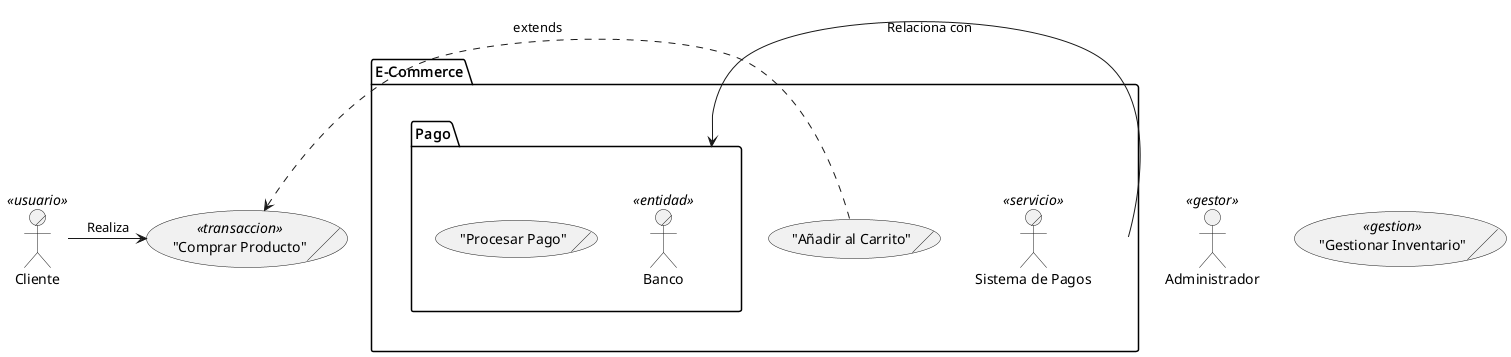
Above: output/Diagram.png in saballeth/SISTEMA_DE_CREACION_DE_MODELOS_UML (PlantUML), before the change. Source of this version:
```plantuml
@startuml Diagram
actor/ "Cliente" as actorCliente <<usuario>>
actor "Administrador" as actorAdmin <<gestor>>
usecase/ ("Comprar Producto") as useCaseCompra  <<transaccion>>
usecase/ ("Gestionar Inventario") as useCaseInventario  <<gestion>>
package "E-Commerce" as packageEcom {
usecase/ ("Añadir al Carrito") as useCaseCarrito
actor/ "Sistema de Pagos" as actorPago <<servicio>>
package "Pago" as packagePago {
usecase/ ("Procesar Pago") as useCaseProcesarPago
actor/ "Banco" as actorBanco <<entidad>>
}
}
actorCliente -right-> useCaseCompra:"Realiza"
useCaseCarrito .> useCaseCompra: extends
packageEcom -left-> packagePago:"Relaciona con"
@enduml
```
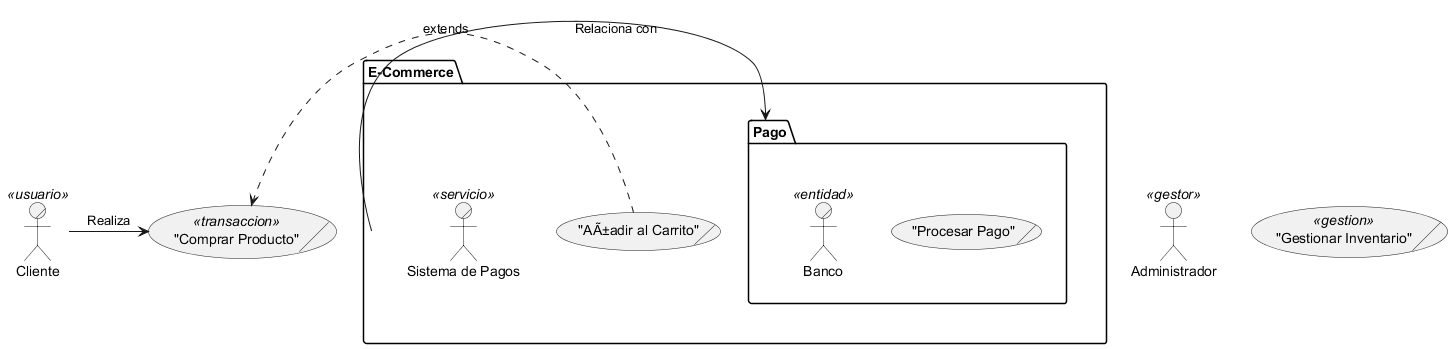
Later version of the same file.

Change to the diagram source:
```diff
@@ -4,7 +4,7 @@
 usecase/ ("Comprar Producto") as useCaseCompra  <<transaccion>>
 usecase/ ("Gestionar Inventario") as useCaseInventario  <<gestion>>
 package "E-Commerce" as packageEcom {
-usecase/ ("Añadir al Carrito") as useCaseCarrito
+usecase/ ("AÃ±adir al Carrito") as useCaseCarrito
 actor/ "Sistema de Pagos" as actorPago <<servicio>>
 package "Pago" as packagePago {
 usecase/ ("Procesar Pago") as useCaseProcesarPago
```
